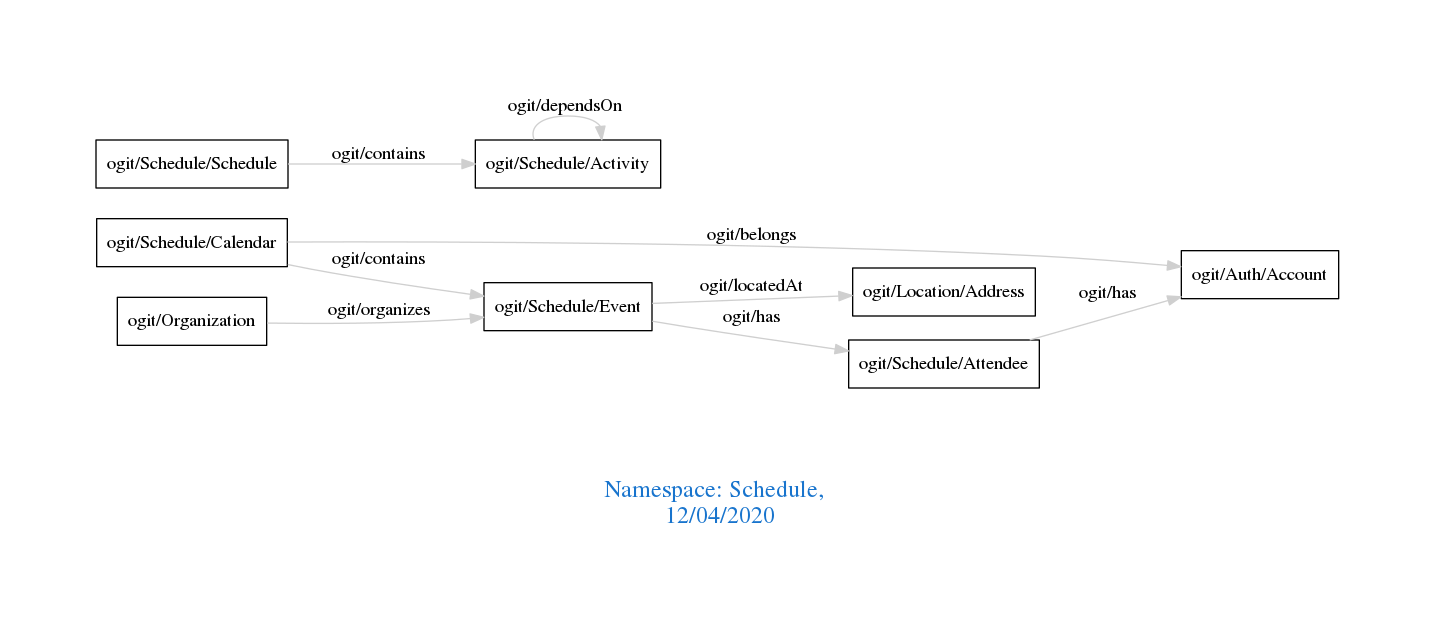
The Graphviz diagram downloads/Schedule.png in arago/OGIT, before a commit. Its source is kept beside it as downloads/Schedule.dot.
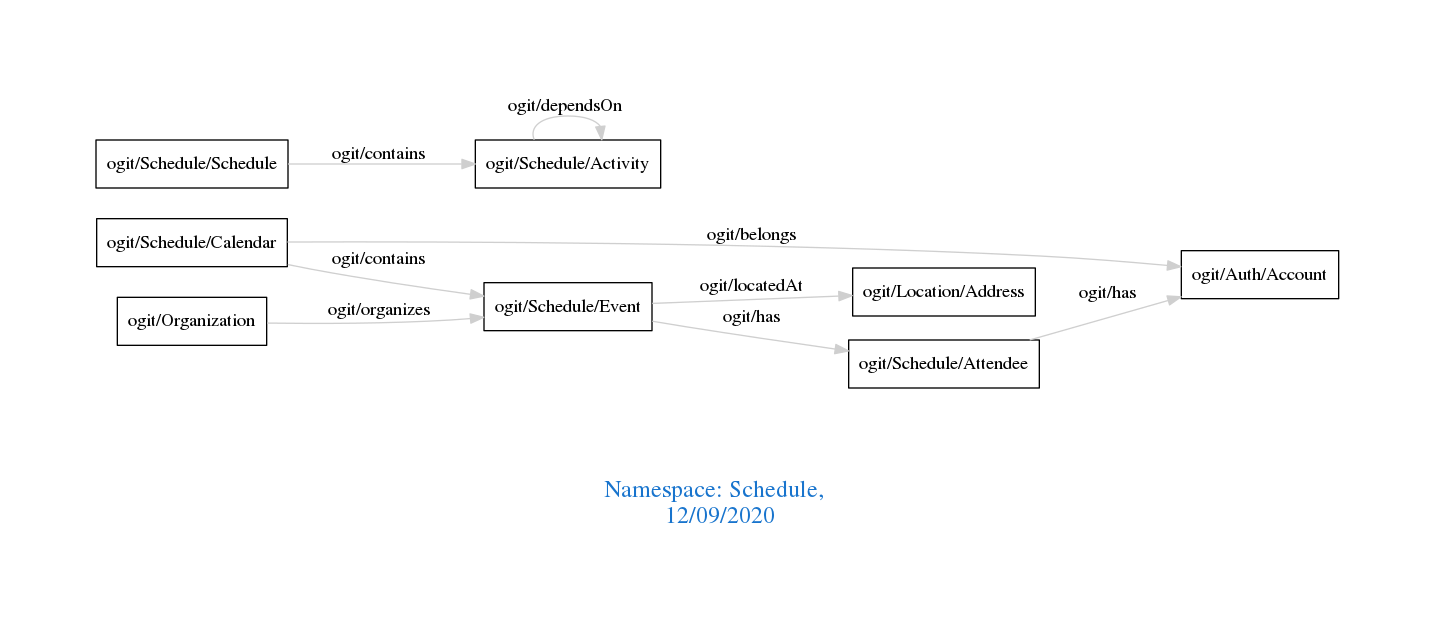
After the change.

The edit, as a diff of the source:
```diff
@@ -1,7 +1,7 @@
 digraph OGIT_ontology {
  graph [ rankdir= LR,pad=1
 fontsize = 18,
-fontcolor= dodgerblue3,label = "\n\n\nNamespace: Schedule, \n 12/04/2020"];
+fontcolor= dodgerblue3,label = "\n\n\nNamespace: Schedule, \n 12/09/2020"];
 node[shape=polygon];
 edge [  color="gray81"];
 
```
